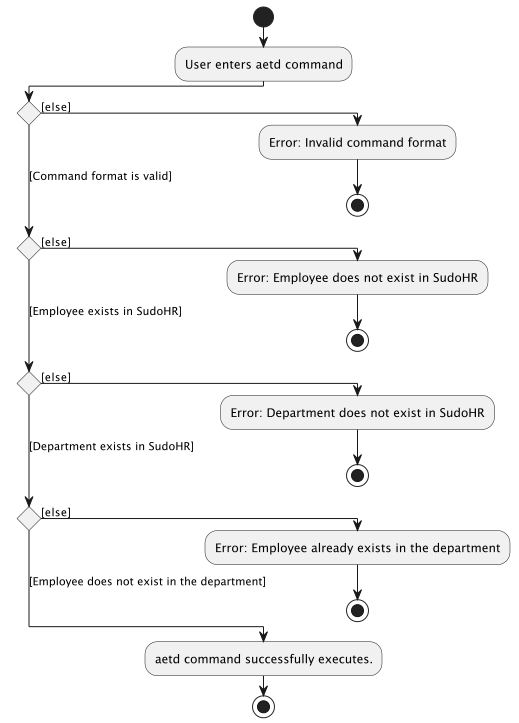
Before: docs/images/commands/department/AddEmployeeToDepartmentActivityDiagram.png, a diagram exported from PlantUML (nus-cs2103-AY2223S2/tp). Its source is kept beside it as docs/diagrams/commands/department/AddEmployeeToDepartmentActivityDiagram.puml. Source of this version:
```plantuml
@startuml
!pragma useVerticalIf on
start
:User enters aetd command;
if () then ([else])
  :Error: Invalid command format;
  stop
([Command format is valid])elseif () then ([else])
  :Error: Employee does not exist in SudoHR;
  stop
([Employee exists in SudoHR])elseif () then ([else])
 :Error: Department does not exist in SudoHR;
  stop
([Department exists in SudoHR])elseif () then ([else])
  :Error: Employee already exists in the department;
  stop
 else ([Employee does not exist in the department])
  :aetd command successfully executes.;
stop

@enduml
```
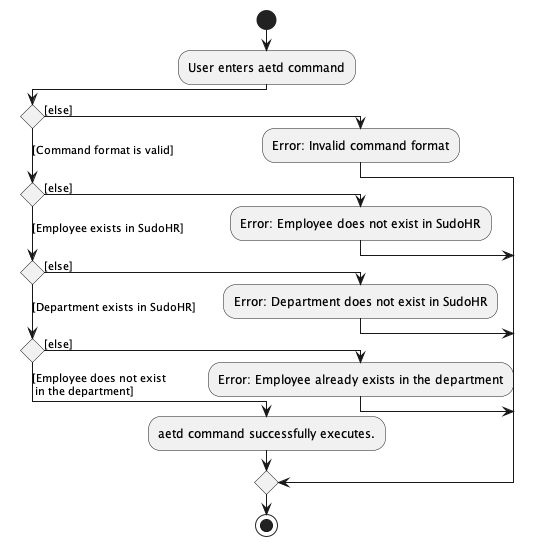
Above is the later version.

Change to the diagram source:
```diff
@@ -4,18 +4,16 @@
 :User enters aetd command;
 if () then ([else])
   :Error: Invalid command format;
-  stop
 ([Command format is valid])elseif () then ([else])
   :Error: Employee does not exist in SudoHR;
-  stop
 ([Employee exists in SudoHR])elseif () then ([else])
  :Error: Department does not exist in SudoHR;
-  stop
 ([Department exists in SudoHR])elseif () then ([else])
   :Error: Employee already exists in the department;
-  stop
- else ([Employee does not exist in the department])
+ else ([Employee does not exist
+ in the department])
   :aetd command successfully executes.;
+  endif
 stop
 
 @enduml
```
